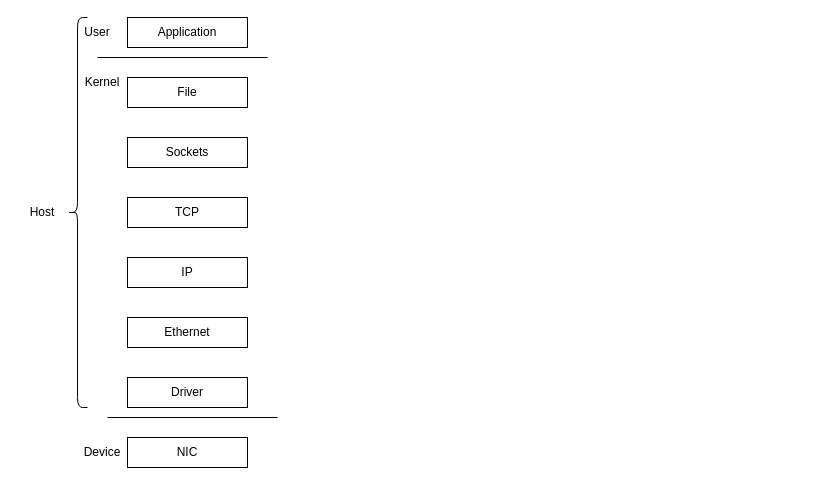
wehyy/my-world keeps this draw.io diagram as page "Page-4" (4 of 4) of network basic.drawio. Above is the earlier version. Source tidied: cells renumbered, new cells numbered last; positions are measured from the earlier drawing's top-left corner, leaving out a move shared by most shapes. Both pictures are drawn from the tidied source at 100%, with x=0, y=0 at pixel (17, 17).
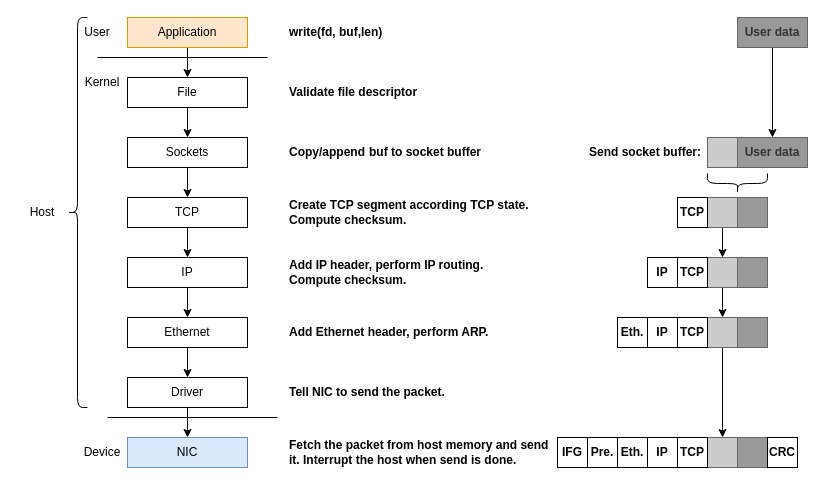
The same page after the edit.

Unchanged cells that the change refers to:
```xml
<mxCell id="3" value="File" style="rounded=0;whiteSpace=wrap;html=1;" parent="1" vertex="1">
  <mxGeometry x="110" y="60" width="120" height="30" as="geometry" />
</mxCell>
<mxCell id="4" value="Sockets" style="rounded=0;whiteSpace=wrap;html=1;" parent="1" vertex="1">
  <mxGeometry x="110" y="120" width="120" height="30" as="geometry" />
</mxCell>
<mxCell id="5" value="TCP" style="rounded=0;whiteSpace=wrap;html=1;" parent="1" vertex="1">
  <mxGeometry x="110" y="180" width="120" height="30" as="geometry" />
</mxCell>
<mxCell id="6" value="IP" style="rounded=0;whiteSpace=wrap;html=1;" parent="1" vertex="1">
  <mxGeometry x="110" y="240" width="120" height="30" as="geometry" />
</mxCell>
<mxCell id="7" value="Ethernet" style="rounded=0;whiteSpace=wrap;html=1;" parent="1" vertex="1">
  <mxGeometry x="110" y="300" width="120" height="30" as="geometry" />
</mxCell>
<mxCell id="8" value="Driver" style="rounded=0;whiteSpace=wrap;html=1;" parent="1" vertex="1">
  <mxGeometry x="110" y="360" width="120" height="30" as="geometry" />
</mxCell>
```

The edit, as a diff of the source:
```diff
@@
+    <mxCell id="17" style="edgeStyle=orthogonalEdgeStyle;rounded=0;jettySize=auto;html=1;" parent="1" edge="1" source="2" target="3">
+      <mxGeometry relative="1" as="geometry" />
+    </mxCell>
-    <mxCell id="2" value="Application" style="rounded=0;whiteSpace=wrap;html=1;" parent="1" vertex="1">
+    <mxCell id="2" value="Application" style="rounded=0;whiteSpace=wrap;html=1;fillColor=#ffe6cc;strokeColor=#d79b00;" parent="1" vertex="1">
       <mxGeometry x="110" width="120" height="30" as="geometry" />
     </mxCell>
+    <mxCell id="18" style="edgeStyle=orthogonalEdgeStyle;rounded=0;jettySize=auto;html=1;" parent="1" edge="1" source="3" target="4">
+      <mxGeometry relative="1" as="geometry" />
+    </mxCell>
@@
+    <mxCell id="19" style="edgeStyle=orthogonalEdgeStyle;rounded=0;jettySize=auto;html=1;" parent="1" edge="1" source="4" target="5">
+      <mxGeometry relative="1" as="geometry" />
+    </mxCell>
@@
+    <mxCell id="20" style="edgeStyle=orthogonalEdgeStyle;rounded=0;jettySize=auto;html=1;" parent="1" edge="1" source="5" target="6">
+      <mxGeometry relative="1" as="geometry" />
+    </mxCell>
@@
+    <mxCell id="21" style="edgeStyle=orthogonalEdgeStyle;rounded=0;jettySize=auto;html=1;" parent="1" edge="1" source="6" target="7">
+      <mxGeometry relative="1" as="geometry" />
+    </mxCell>
@@
+    <mxCell id="22" style="edgeStyle=orthogonalEdgeStyle;rounded=0;jettySize=auto;html=1;" parent="1" edge="1" source="7" target="8">
+      <mxGeometry relative="1" as="geometry" />
+    </mxCell>
@@
+    <mxCell id="23" style="edgeStyle=orthogonalEdgeStyle;rounded=0;jettySize=auto;html=1;" parent="1" edge="1" source="8" target="9">
+      <mxGeometry relative="1" as="geometry" />
+    </mxCell>
@@
-    <mxCell id="9" value="NIC" style="rounded=0;whiteSpace=wrap;html=1;" parent="1" vertex="1">
+    <mxCell id="9" value="NIC" style="rounded=0;whiteSpace=wrap;html=1;fillColor=#dae8fc;strokeColor=#6c8ebf;" parent="1" vertex="1">
       <mxGeometry x="110" y="420" width="120" height="30" as="geometry" />
     </mxCell>
@@
+    <mxCell id="24" value="write(fd, buf,len)" style="text;html=1;strokeColor=none;fillColor=none;align=left;verticalAlign=middle;whiteSpace=wrap;rounded=0;fontStyle=1;" parent="1" vertex="1">
+      <mxGeometry x="270" width="100" height="30" as="geometry" />
+    </mxCell>
+    <mxCell id="25" value="Validate file descriptor" style="text;html=1;strokeColor=none;fillColor=none;align=left;verticalAlign=middle;whiteSpace=wrap;rounded=0;fontStyle=1;" parent="1" vertex="1">
+      <mxGeometry x="270" y="60" width="140" height="30" as="geometry" />
+    </mxCell>
+    <mxCell id="26" value="Copy/append&lt;span style=&quot;white-space: pre;&quot;&gt;&#9;&lt;/span&gt;buf to socket buffer" style="text;html=1;strokeColor=none;fillColor=none;align=left;verticalAlign=middle;whiteSpace=wrap;rounded=0;fontStyle=1;" parent="1" vertex="1">
+      <mxGeometry x="270" y="120" width="200" height="30" as="geometry" />
+    </mxCell>
+    <mxCell id="27" value="Create TCP segment according TCP state. Compute checksum." style="text;html=1;strokeColor=none;fillColor=none;align=left;verticalAlign=middle;whiteSpace=wrap;rounded=0;fontStyle=1;" parent="1" vertex="1">
+      <mxGeometry x="270" y="180" width="250" height="30" as="geometry" />
+    </mxCell>
+    <mxCell id="28" value="Add IP header, perform IP routing.&lt;br&gt;Compute checksum." style="text;html=1;strokeColor=none;fillColor=none;align=left;verticalAlign=middle;whiteSpace=wrap;rounded=0;fontStyle=1;" parent="1" vertex="1">
+      <mxGeometry x="270" y="240" width="240" height="30" as="geometry" />
+    </mxCell>
+    <mxCell id="29" value="Add Ethernet header, perform ARP." style="text;html=1;strokeColor=none;fillColor=none;align=left;verticalAlign=middle;whiteSpace=wrap;rounded=0;fontStyle=1;" parent="1" vertex="1">
+      <mxGeometry x="270" y="300" width="240" height="30" as="geometry" />
+    </mxCell>
+    <mxCell id="30" value="Tell NIC to send the packet." style="text;html=1;strokeColor=none;fillColor=none;align=left;verticalAlign=middle;whiteSpace=wrap;rounded=0;fontStyle=1;" parent="1" vertex="1">
+      <mxGeometry x="270" y="360" width="240" height="30" as="geometry" />
+    </mxCell>
+    <mxCell id="31" value="Fetch the packet from host memory and send it. Interrupt the host when send is done." style="text;html=1;strokeColor=none;fillColor=none;align=left;verticalAlign=middle;whiteSpace=wrap;rounded=0;fontStyle=1;" parent="1" vertex="1">
+      <mxGeometry x="270" y="420" width="270" height="30" as="geometry" />
+    </mxCell>
+    <mxCell id="32" style="edgeStyle=orthogonalEdgeStyle;rounded=0;jettySize=auto;html=1;" parent="1" edge="1" source="33" target="34">
+      <mxGeometry relative="1" as="geometry" />
+    </mxCell>
+    <mxCell id="33" value="&lt;b&gt;User data&lt;/b&gt;" style="rounded=0;whiteSpace=wrap;html=1;fillColor=#999999;strokeColor=#666666;fontColor=#333333;" parent="1" vertex="1">
+      <mxGeometry x="720" width="70" height="30" as="geometry" />
+    </mxCell>
+    <mxCell id="34" value="&lt;b&gt;User data&lt;/b&gt;" style="rounded=0;whiteSpace=wrap;html=1;fillColor=#999999;strokeColor=#666666;fontColor=#333333;" parent="1" vertex="1">
+      <mxGeometry x="720" y="120" width="70" height="30" as="geometry" />
+    </mxCell>
+    <mxCell id="35" style="rounded=0;whiteSpace=wrap;html=1;fillColor=#CCCCCC;strokeColor=#666666;fontColor=#333333;" parent="1" vertex="1">
+      <mxGeometry x="690" y="120" width="30" height="30" as="geometry" />
+    </mxCell>
+    <mxCell id="36" style="rounded=0;whiteSpace=wrap;html=1;fillColor=#999999;strokeColor=#666666;fontColor=#333333;" parent="1" vertex="1">
+      <mxGeometry x="720" y="180" width="30" height="30" as="geometry" />
+    </mxCell>
+    <mxCell id="37" style="edgeStyle=orthogonalEdgeStyle;rounded=0;jettySize=auto;html=1;" parent="1" edge="1" source="38" target="43">
+      <mxGeometry relative="1" as="geometry" />
+    </mxCell>
+    <mxCell id="38" style="rounded=0;whiteSpace=wrap;html=1;fillColor=#CCCCCC;strokeColor=#666666;fontColor=#333333;" parent="1" vertex="1">
+      <mxGeometry x="690" y="180" width="30" height="30" as="geometry" />
+    </mxCell>
+    <mxCell id="39" value="&lt;b&gt;TCP&lt;/b&gt;" style="rounded=0;whiteSpace=wrap;html=1;" parent="1" vertex="1">
+      <mxGeometry x="660" y="180" width="30" height="30" as="geometry" />
+    </mxCell>
+    <mxCell id="40" value="&lt;b&gt;Send socket buffer:&lt;/b&gt;" style="text;html=1;strokeColor=none;fillColor=none;align=left;verticalAlign=middle;whiteSpace=wrap;rounded=0;" parent="1" vertex="1">
+      <mxGeometry x="570" y="120" width="120" height="30" as="geometry" />
+    </mxCell>
+    <mxCell id="41" style="rounded=0;whiteSpace=wrap;html=1;fillColor=#999999;strokeColor=#666666;fontColor=#333333;" parent="1" vertex="1">
+      <mxGeometry x="720" y="240" width="30" height="30" as="geometry" />
+    </mxCell>
+    <mxCell id="42" style="edgeStyle=orthogonalEdgeStyle;rounded=0;jettySize=auto;html=1;" parent="1" edge="1" source="43" target="48">
+      <mxGeometry relative="1" as="geometry" />
+    </mxCell>
+    <mxCell id="43" style="rounded=0;whiteSpace=wrap;html=1;fillColor=#CCCCCC;strokeColor=#666666;fontColor=#333333;" parent="1" vertex="1">
+      <mxGeometry x="690" y="240" width="30" height="30" as="geometry" />
+    </mxCell>
+    <mxCell id="44" value="&lt;b&gt;TCP&lt;/b&gt;" style="rounded=0;whiteSpace=wrap;html=1;" parent="1" vertex="1">
+      <mxGeometry x="660" y="240" width="30" height="30" as="geometry" />
+    </mxCell>
+    <mxCell id="45" value="&lt;b&gt;IP&lt;/b&gt;" style="rounded=0;whiteSpace=wrap;html=1;" parent="1" vertex="1">
+      <mxGeometry x="630" y="240" width="30" height="30" as="geometry" />
+    </mxCell>
+    <mxCell id="46" style="rounded=0;whiteSpace=wrap;html=1;fillColor=#999999;strokeColor=#666666;fontColor=#333333;" parent="1" vertex="1">
+      <mxGeometry x="720" y="300" width="30" height="30" as="geometry" />
+    </mxCell>
+    <mxCell id="47" style="edgeStyle=orthogonalEdgeStyle;rounded=0;jettySize=auto;html=1;" parent="1" edge="1" source="48" target="53">
+      <mxGeometry relative="1" as="geometry" />
+    </mxCell>
+    <mxCell id="48" style="rounded=0;whiteSpace=wrap;html=1;fillColor=#CCCCCC;strokeColor=#666666;fontColor=#333333;" parent="1" vertex="1">
+      <mxGeometry x="690" y="300" width="30" height="30" as="geometry" />
+    </mxCell>
+    <mxCell id="49" value="&lt;b&gt;TCP&lt;/b&gt;" style="rounded=0;whiteSpace=wrap;html=1;" parent="1" vertex="1">
+      <mxGeometry x="660" y="300" width="30" height="30" as="geometry" />
+    </mxCell>
+    <mxCell id="50" value="&lt;b&gt;IP&lt;/b&gt;" style="rounded=0;whiteSpace=wrap;html=1;" parent="1" vertex="1">
+      <mxGeometry x="630" y="300" width="30" height="30" as="geometry" />
+    </mxCell>
+    <mxCell id="51" value="&lt;b&gt;Eth.&lt;/b&gt;" style="rounded=0;whiteSpace=wrap;html=1;" parent="1" vertex="1">
+      <mxGeometry x="600" y="300" width="30" height="30" as="geometry" />
+    </mxCell>
+    <mxCell id="52" style="rounded=0;whiteSpace=wrap;html=1;fillColor=#999999;strokeColor=#666666;fontColor=#333333;" parent="1" vertex="1">
+      <mxGeometry x="720" y="420" width="30" height="30" as="geometry" />
+    </mxCell>
+    <mxCell id="53" style="rounded=0;whiteSpace=wrap;html=1;fillColor=#CCCCCC;strokeColor=#666666;fontColor=#333333;" parent="1" vertex="1">
+      <mxGeometry x="690" y="420" width="30" height="30" as="geometry" />
+    </mxCell>
+    <mxCell id="54" value="&lt;b&gt;TCP&lt;/b&gt;" style="rounded=0;whiteSpace=wrap;html=1;" parent="1" vertex="1">
+      <mxGeometry x="660" y="420" width="30" height="30" as="geometry" />
+    </mxCell>
+    <mxCell id="55" value="&lt;b&gt;IP&lt;/b&gt;" style="rounded=0;whiteSpace=wrap;html=1;" parent="1" vertex="1">
+      <mxGeometry x="630" y="420" width="30" height="30" as="geometry" />
+    </mxCell>
+    <mxCell id="56" value="&lt;b&gt;Eth.&lt;/b&gt;" style="rounded=0;whiteSpace=wrap;html=1;" parent="1" vertex="1">
+      <mxGeometry x="600" y="420" width="30" height="30" as="geometry" />
+    </mxCell>
+    <mxCell id="57" value="&lt;b&gt;CRC&lt;/b&gt;" style="rounded=0;whiteSpace=wrap;html=1;" parent="1" vertex="1">
+      <mxGeometry x="750" y="420" width="30" height="30" as="geometry" />
+    </mxCell>
+    <mxCell id="58" value="&lt;b&gt;Pre.&lt;/b&gt;" style="rounded=0;whiteSpace=wrap;html=1;" parent="1" vertex="1">
+      <mxGeometry x="570" y="420" width="30" height="30" as="geometry" />
+    </mxCell>
+    <mxCell id="59" value="&lt;b&gt;IFG&lt;/b&gt;" style="rounded=0;whiteSpace=wrap;html=1;" parent="1" vertex="1">
+      <mxGeometry x="540" y="420" width="30" height="30" as="geometry" />
+    </mxCell>
+    <mxCell id="60" style="shape=curlyBracket;whiteSpace=wrap;html=1;rounded=1;flipH=1;labelPosition=right;verticalLabelPosition=middle;align=left;verticalAlign=middle;rotation=90;" parent="1" vertex="1">
+      <mxGeometry x="710" y="136" width="20" height="60" as="geometry" />
+    </mxCell>
```
